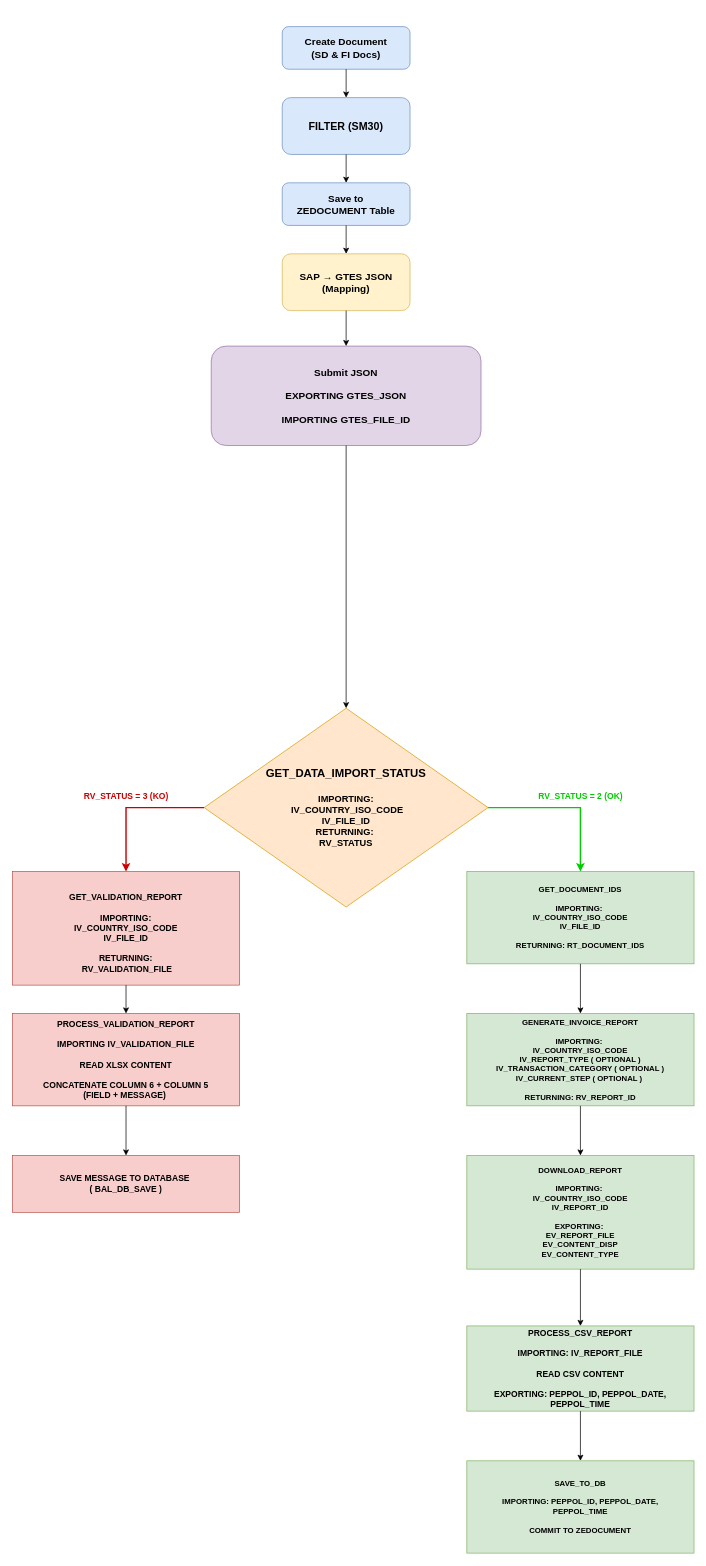
The draw.io diagram GTES Flow.drawio in kristi1705/SAP-ABAP, before the edit. Source tidied: cells renumbered, new cells numbered last; positions are measured from the earlier drawing's top-left corner, leaving out a move shared by most shapes. Both pictures are drawn from the tidied source at 71%, with x=0, y=0 at pixel (12, 26).
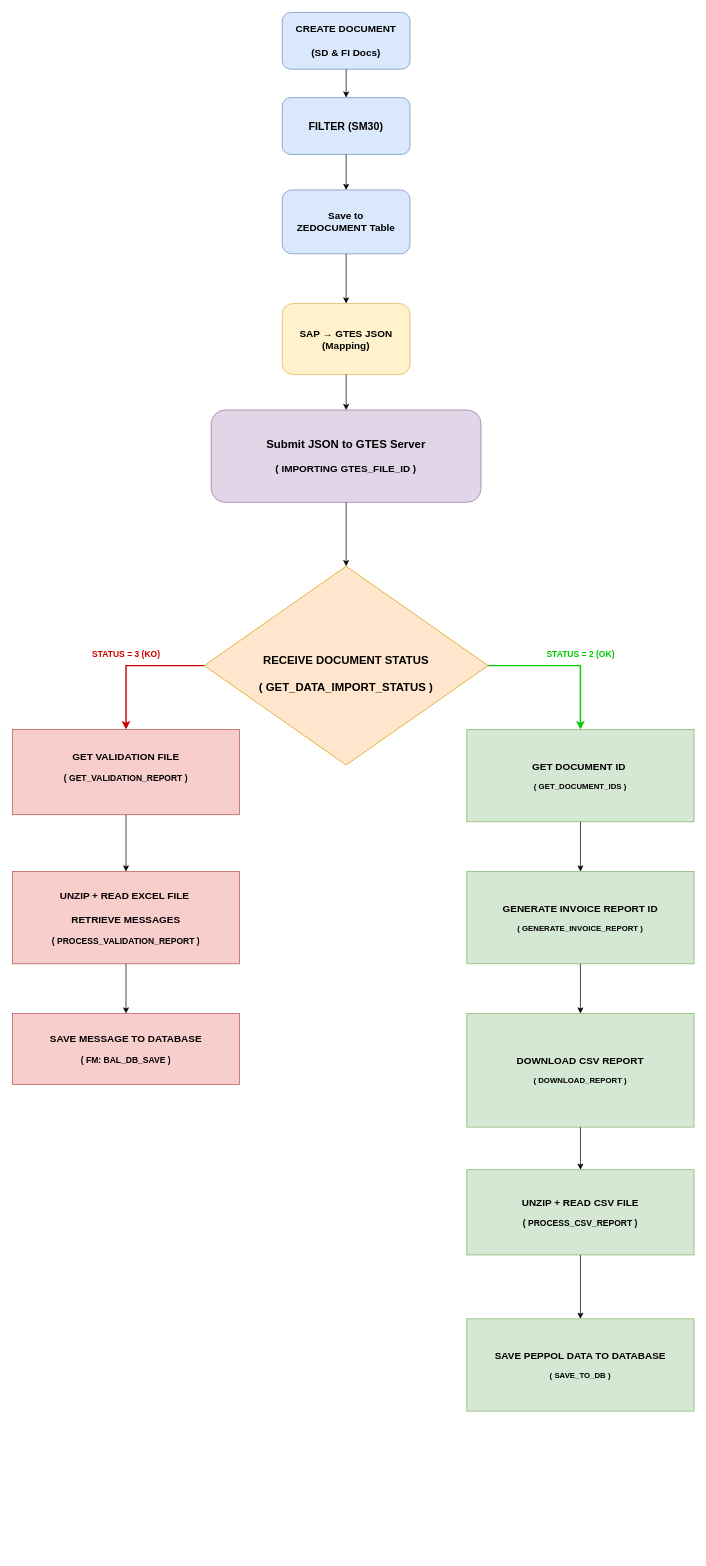
After the change.

Change to the diagram source:
```diff
@@
-    <mxCell id="2" value="Create Document&#10;(SD &amp; FI Docs)" style="rounded=1;whiteSpace=wrap;html=1;fillColor=#dae8fc;strokeColor=#6c8ebf;fontSize=14;fontStyle=1;" parent="1" vertex="1">
-      <mxGeometry x="380" width="180" height="60" as="geometry" />
+    <mxCell id="2" value="CREATE DOCUMENT&lt;div&gt;&lt;br&gt;(SD &amp;amp; FI Docs)&lt;/div&gt;" style="rounded=1;whiteSpace=wrap;html=1;fillColor=#dae8fc;strokeColor=#6c8ebf;fontSize=14;fontStyle=1;" parent="1" vertex="1">
+      <mxGeometry x="380" y="-20" width="180" height="80" as="geometry" />
     </mxCell>
@@
     <mxCell id="4" value="Save to&#10;ZEDOCUMENT Table" style="rounded=1;whiteSpace=wrap;html=1;fillColor=#dae8fc;strokeColor=#6c8ebf;fontSize=14;fontStyle=1;" parent="1" vertex="1">
-      <mxGeometry x="380" y="220" width="180" height="60" as="geometry" />
+      <mxGeometry x="380" y="230" width="180" height="90" as="geometry" />
     </mxCell>
     <mxCell id="5" value="SAP → GTES JSON&#10;(Mapping)" style="rounded=1;whiteSpace=wrap;html=1;fillColor=#fff2cc;strokeColor=#d6b656;fontSize=14;fontStyle=1;" parent="1" vertex="1">
-      <mxGeometry x="380" y="320" width="180" height="80" as="geometry" />
+      <mxGeometry x="380" y="390" width="180" height="100" as="geometry" />
     </mxCell>
-    <mxCell id="6" value="Submit JSON&lt;br&gt;&lt;div&gt;&lt;br&gt;&lt;/div&gt;&lt;div&gt;EXPORTING GTES_JSON&lt;/div&gt;&lt;div&gt;&lt;br&gt;&lt;/div&gt;&lt;div&gt;IMPORTING GTES_FILE_ID&lt;/div&gt;" style="rounded=1;whiteSpace=wrap;html=1;fillColor=#e1d5e7;strokeColor=#9673a6;fontSize=14;fontStyle=1;" parent="1" vertex="1">
-      <mxGeometry x="280" y="450" width="380" height="140" as="geometry" />
+    <mxCell id="6" value="&lt;font style=&quot;font-size: 16px;&quot;&gt;Submit JSON to GTES Server&lt;/font&gt;&lt;div&gt;&lt;br&gt;&lt;/div&gt;&lt;div&gt;( IMPORTING GTES_FILE_ID )&lt;/div&gt;" style="rounded=1;whiteSpace=wrap;html=1;fillColor=#e1d5e7;strokeColor=#9673a6;fontSize=14;fontStyle=1;" parent="1" vertex="1">
+      <mxGeometry x="280" y="540" width="380" height="130" as="geometry" />
     </mxCell>
-    <mxCell id="7" value="&lt;font style=&quot;font-size: 16px;&quot;&gt;GET_DATA_IMPORT_STATUS&lt;/font&gt;&lt;div&gt;&lt;span style=&quot;font-size: 16px;&quot;&gt;&lt;br&gt;&lt;/span&gt;IMPORTING:&lt;div&gt;&amp;nbsp;IV_COUNTRY_ISO_CODE&lt;/div&gt;&lt;div&gt;IV_FILE_ID&lt;/div&gt;&lt;div&gt;RETURNING:&amp;nbsp;&lt;/div&gt;&lt;div&gt;RV_STATUS&lt;/div&gt;&lt;/div&gt;" style="rhombus;whiteSpace=wrap;html=1;fillColor=#ffe6cc;strokeColor=#d79b00;fontSize=13;fontStyle=1;" parent="1" vertex="1">
-      <mxGeometry x="270" y="960" width="400" height="280" as="geometry" />
+    <mxCell id="7" value="&lt;div&gt;&lt;font style=&quot;font-size: 16px;&quot;&gt;&lt;br&gt;&lt;/font&gt;&lt;/div&gt;&lt;font style=&quot;font-size: 16px;&quot;&gt;&lt;div&gt;&lt;font style=&quot;font-size: 16px;&quot;&gt;&lt;br&gt;&lt;/font&gt;&lt;/div&gt;&lt;div&gt;&lt;font style=&quot;font-size: 16px;&quot;&gt;RECEIVE DOCUMENT STATUS&lt;/font&gt;&lt;/div&gt;&lt;div&gt;&lt;font style=&quot;font-size: 16px;&quot;&gt;&lt;br&gt;&lt;/font&gt;&lt;/div&gt;( GET_DATA_IMPORT_STATUS )&lt;/font&gt;&lt;div&gt;&lt;div&gt;&lt;br&gt;&lt;/div&gt;&lt;/div&gt;" style="rhombus;whiteSpace=wrap;html=1;fillColor=#ffe6cc;strokeColor=#d79b00;fontSize=13;fontStyle=1;" parent="1" vertex="1">
+      <mxGeometry x="270" y="760" width="400" height="280" as="geometry" />
     </mxCell>
-    <mxCell id="8" value="RV_STATUS = 3 (KO)" style="text;html=1;align=center;verticalAlign=middle;strokeColor=none;fillColor=none;fontSize=12;fontStyle=1;fontColor=#CC0000;" parent="1" vertex="1">
-      <mxGeometry x="90" y="1070" width="140" height="30" as="geometry" />
+    <mxCell id="8" value="STATUS = 3 (KO)" style="text;html=1;align=center;verticalAlign=middle;strokeColor=none;fillColor=none;fontSize=12;fontStyle=1;fontColor=#CC0000;" parent="1" vertex="1">
+      <mxGeometry x="100" y="870" width="120" height="30" as="geometry" />
     </mxCell>
-    <mxCell id="9" value="&lt;br&gt;&lt;div&gt;&lt;b&gt;GET_VALIDATION_REPORT&lt;/b&gt;&lt;/div&gt;&lt;div&gt;&lt;b&gt;&lt;br&gt;&lt;/b&gt;&lt;/div&gt;&lt;div&gt;&lt;b&gt;IMPORTING:&lt;/b&gt;&lt;/div&gt;&lt;div&gt;&lt;b&gt;IV_COUNTRY_ISO_CODE&lt;/b&gt;&lt;/div&gt;&lt;div&gt;&lt;b&gt;IV_FILE_ID&lt;/b&gt;&lt;/div&gt;&lt;div&gt;&lt;b&gt;&lt;br&gt;&lt;/b&gt;&lt;/div&gt;&lt;div&gt;&lt;b&gt;RETURNING:&lt;/b&gt;&lt;/div&gt;&lt;div&gt;&lt;b&gt;&amp;nbsp;&lt;/b&gt;&lt;span style=&quot;background-color: transparent;&quot;&gt;&lt;b&gt;RV_VALIDATION_FILE&lt;/b&gt;&lt;/span&gt;&lt;/div&gt;" style="rounded=0;whiteSpace=wrap;html=1;fillColor=#f8cecc;strokeColor=#b85450;fontSize=12;" parent="1" vertex="1">
-      <mxGeometry y="1190" width="320" height="160" as="geometry" />
+    <mxCell id="9" value="&lt;div&gt;&lt;font style=&quot;font-size: 14px;&quot;&gt;&lt;b style=&quot;&quot;&gt;GET VALIDATION FILE&lt;/b&gt;&lt;/font&gt;&lt;/div&gt;&lt;br&gt;&lt;div&gt;&lt;b&gt;( GET_VALIDATION_REPORT )&lt;/b&gt;&lt;/div&gt;&lt;div&gt;&lt;br&gt;&lt;/div&gt;" style="rounded=0;whiteSpace=wrap;html=1;fillColor=#f8cecc;strokeColor=#b85450;fontSize=12;" parent="1" vertex="1">
+      <mxGeometry y="990" width="320" height="120" as="geometry" />
     </mxCell>
-    <mxCell id="10" value="&lt;b&gt;PROCESS_VALIDATION_REPORT&lt;/b&gt;&lt;div&gt;&lt;b&gt;&lt;br&gt;&lt;/b&gt;&lt;/div&gt;&lt;div&gt;&lt;b&gt;IMPORTING IV_VALIDATION_FILE&lt;/b&gt;&lt;/div&gt;&lt;div&gt;&lt;b&gt;&lt;br&gt;&lt;/b&gt;&lt;/div&gt;&lt;div&gt;&lt;b&gt;READ XLSX CONTENT&lt;br&gt;&lt;/b&gt;&lt;/div&gt;&lt;div&gt;&lt;b&gt;&lt;br&gt;&lt;/b&gt;&lt;/div&gt;&lt;div&gt;&lt;b&gt;CONCATENATE COLUMN 6 + COLUMN 5&lt;/b&gt;&lt;/div&gt;&lt;div&gt;&lt;b&gt;(&lt;/b&gt;&lt;b style=&quot;background-color: transparent; color: light-dark(rgb(0, 0, 0), rgb(255, 255, 255));&quot;&gt;FIELD + MESSAGE)&amp;nbsp;&lt;/b&gt;&lt;/div&gt;&lt;div&gt;&lt;b&gt;&lt;/b&gt;&lt;/div&gt;" style="rounded=0;whiteSpace=wrap;html=1;fillColor=#f8cecc;strokeColor=#b85450;fontSize=12;" parent="1" vertex="1">
-      <mxGeometry y="1390" width="320" height="130" as="geometry" />
+    <mxCell id="10" value="&lt;div&gt;&lt;b&gt;&lt;font style=&quot;font-size: 14px;&quot;&gt;UNZIP + READ EXCEL FILE&amp;nbsp;&lt;/font&gt;&lt;/b&gt;&lt;/div&gt;&lt;div&gt;&lt;b&gt;&lt;font style=&quot;font-size: 14px;&quot;&gt;&lt;br&gt;&lt;/font&gt;&lt;/b&gt;&lt;/div&gt;&lt;div&gt;&lt;b&gt;&lt;font style=&quot;font-size: 14px;&quot;&gt;RETRIEVE MESSAGES&lt;/font&gt;&lt;/b&gt;&lt;/div&gt;&lt;div&gt;&lt;b&gt;&lt;br&gt;&lt;/b&gt;&lt;/div&gt;&lt;b&gt;( PROCESS_VALIDATION_REPORT )&lt;/b&gt;&lt;div&gt;&lt;b&gt;&lt;/b&gt;&lt;/div&gt;" style="rounded=0;whiteSpace=wrap;html=1;fillColor=#f8cecc;strokeColor=#b85450;fontSize=12;" parent="1" vertex="1">
+      <mxGeometry y="1190" width="320" height="130" as="geometry" />
     </mxCell>
-    <mxCell id="11" value="&lt;b&gt;SAVE MESSAGE TO DATABASE&amp;nbsp;&lt;/b&gt;&lt;div&gt;&lt;b&gt;( BAL_DB_SAVE )&lt;/b&gt;&lt;/div&gt;" style="rounded=0;whiteSpace=wrap;html=1;fillColor=#f8cecc;strokeColor=#b85450;fontSize=12;" parent="1" vertex="1">
-      <mxGeometry y="1590" width="320" height="80" as="geometry" />
+    <mxCell id="11" value="&lt;b&gt;&lt;font style=&quot;font-size: 14px;&quot;&gt;SAVE MESSAGE TO DATABASE&lt;/font&gt;&lt;/b&gt;&lt;div&gt;&lt;b&gt;&amp;nbsp;&lt;/b&gt;&lt;div&gt;&lt;b&gt;( FM: BAL_DB_SAVE )&lt;/b&gt;&lt;/div&gt;&lt;/div&gt;" style="rounded=0;whiteSpace=wrap;html=1;fillColor=#f8cecc;strokeColor=#b85450;fontSize=12;" parent="1" vertex="1">
+      <mxGeometry y="1390" width="320" height="100" as="geometry" />
     </mxCell>
-    <mxCell id="12" value="RV_STATUS = 2 (OK)" style="text;html=1;align=center;verticalAlign=middle;strokeColor=none;fillColor=none;fontSize=12;fontStyle=1;fontColor=#00CC00;" parent="1" vertex="1">
-      <mxGeometry x="730" y="1070" width="140" height="30" as="geometry" />
+    <mxCell id="12" value="STATUS = 2 (OK)" style="text;html=1;align=center;verticalAlign=middle;strokeColor=none;fillColor=none;fontSize=12;fontStyle=1;fontColor=#00CC00;" parent="1" vertex="1">
+      <mxGeometry x="740" y="870" width="120" height="30" as="geometry" />
     </mxCell>
-    <mxCell id="13" value="&lt;b&gt;GET_DOCUMENT_IDS&lt;/b&gt;&lt;br&gt;&lt;br&gt;&lt;div&gt;&lt;b&gt;IMPORTING:&amp;nbsp;&lt;/b&gt;&lt;/div&gt;&lt;div&gt;&lt;b&gt;IV_COUNTRY_ISO_CODE&lt;/b&gt;&lt;br&gt;&lt;b&gt;IV_FILE_ID&lt;/b&gt;&lt;br&gt;&lt;div&gt;&lt;b&gt;&lt;br&gt;&lt;/b&gt;&lt;/div&gt;&lt;div&gt;&lt;b&gt;RETURNING:&amp;nbsp;&lt;/b&gt;&lt;span style=&quot;background-color: transparent;&quot;&gt;&lt;b&gt;RT_DOCUMENT_IDS&lt;/b&gt;&lt;/span&gt;&lt;/div&gt;&lt;/div&gt;" style="rounded=0;whiteSpace=wrap;html=1;fillColor=#d5e8d4;strokeColor=#82b366;fontSize=11;" parent="1" vertex="1">
-      <mxGeometry x="640" y="1190" width="320" height="130" as="geometry" />
+    <mxCell id="13" value="&lt;div&gt;&lt;b&gt;&lt;font style=&quot;font-size: 14px;&quot;&gt;GET DOCUMENT ID&amp;nbsp;&lt;/font&gt;&lt;/b&gt;&lt;/div&gt;&lt;b&gt;&lt;div&gt;&lt;b&gt;&lt;br&gt;&lt;/b&gt;&lt;/div&gt;( GET_DOCUMENT_IDS )&lt;/b&gt;" style="rounded=0;whiteSpace=wrap;html=1;fillColor=#d5e8d4;strokeColor=#82b366;fontSize=11;" parent="1" vertex="1">
+      <mxGeometry x="640" y="990" width="320" height="130" as="geometry" />
     </mxCell>
-    <mxCell id="14" value="&lt;b&gt;GENERATE_INVOICE_REPORT&lt;/b&gt;&lt;br&gt;&lt;div&gt;&lt;b&gt;&lt;br&gt;IMPORTING:&amp;nbsp;&lt;/b&gt;&lt;/div&gt;&lt;div&gt;&lt;b&gt;IV_COUNTRY_ISO_CODE&lt;/b&gt;&lt;/div&gt;&lt;div&gt;&lt;b&gt;IV_REPORT_TYPE ( OPTIONAL )&lt;/b&gt;&lt;/div&gt;&lt;div&gt;&lt;b&gt;IV_TRANSACTION_CATEGORY ( OPTIONAL )&lt;/b&gt;&lt;/div&gt;&lt;div&gt;&lt;b&gt;IV_CURRENT_STEP ( OPTIONAL )&amp;nbsp;&lt;/b&gt;&lt;br&gt;&lt;br&gt;&lt;/div&gt;&lt;div&gt;&lt;b&gt;RETURNING:&amp;nbsp;&lt;/b&gt;&lt;span style=&quot;background-color: transparent;&quot;&gt;&lt;b&gt;RV_REPORT_ID&lt;/b&gt;&lt;/span&gt;&lt;/div&gt;" style="rounded=0;whiteSpace=wrap;html=1;fillColor=#d5e8d4;strokeColor=#82b366;fontSize=11;" parent="1" vertex="1">
-      <mxGeometry x="640" y="1390" width="320" height="130" as="geometry" />
+    <mxCell id="14" value="&lt;div&gt;&lt;b&gt;&lt;font style=&quot;font-size: 14px;&quot;&gt;GENERATE INVOICE REPORT ID&lt;/font&gt;&lt;/b&gt;&lt;/div&gt;&lt;b&gt;&lt;div&gt;&lt;b&gt;&lt;br&gt;&lt;/b&gt;&lt;/div&gt;( GENERATE_INVOICE_REPORT )&lt;/b&gt;" style="rounded=0;whiteSpace=wrap;html=1;fillColor=#d5e8d4;strokeColor=#82b366;fontSize=11;" parent="1" vertex="1">
+      <mxGeometry x="640" y="1190" width="320" height="130" as="geometry" />
     </mxCell>
-    <mxCell id="15" value="&lt;b&gt;DOWNLOAD_REPORT&lt;/b&gt;&lt;br&gt;&lt;div&gt;&lt;br&gt;&lt;b&gt;IMPORTING:&amp;nbsp;&lt;/b&gt;&lt;/div&gt;&lt;div&gt;&lt;b&gt;IV_COUNTRY_ISO_CODE&lt;/b&gt;&lt;/div&gt;&lt;div&gt;&lt;b&gt;IV_REPORT_ID&lt;/b&gt;&lt;br&gt;&lt;br&gt;&lt;/div&gt;&lt;div&gt;&lt;b&gt;EXPORTING:&amp;nbsp;&lt;/b&gt;&lt;/div&gt;&lt;div&gt;&lt;div style=&quot;&quot;&gt;&lt;b&gt;EV_REPORT_FILE&lt;/b&gt;&lt;/div&gt;&lt;div style=&quot;&quot;&gt;&lt;b&gt;EV_CONTENT_DISP&lt;/b&gt;&lt;/div&gt;&lt;div style=&quot;&quot;&gt;&lt;b&gt;EV_CONTENT_TYPE&lt;/b&gt;&lt;/div&gt;&lt;/div&gt;" style="rounded=0;whiteSpace=wrap;html=1;fillColor=#d5e8d4;strokeColor=#82b366;fontSize=11;" parent="1" vertex="1">
-      <mxGeometry x="640" y="1590" width="320" height="160" as="geometry" />
+    <mxCell id="15" value="&lt;div&gt;&lt;b&gt;&lt;font style=&quot;font-size: 14px;&quot;&gt;DOWNLOAD CSV REPORT&lt;/font&gt;&lt;/b&gt;&lt;/div&gt;&lt;b&gt;&lt;div&gt;&lt;b&gt;&lt;br&gt;&lt;/b&gt;&lt;/div&gt;( DOWNLOAD_REPORT )&lt;/b&gt;" style="rounded=0;whiteSpace=wrap;html=1;fillColor=#d5e8d4;strokeColor=#82b366;fontSize=11;" parent="1" vertex="1">
+      <mxGeometry x="640" y="1390" width="320" height="160" as="geometry" />
     </mxCell>
-    <mxCell id="16" value="&lt;b&gt;PROCESS_CSV_REPORT&lt;/b&gt;&lt;div&gt;&lt;b&gt;&lt;br&gt;&lt;/b&gt;&lt;/div&gt;&lt;div&gt;&lt;b&gt;IMPORTING: IV_REPORT_FILE&lt;/b&gt;&lt;/div&gt;&lt;div&gt;&lt;b&gt;&lt;br&gt;&lt;/b&gt;&lt;/div&gt;&lt;div&gt;&lt;b&gt;READ CSV CONTENT&lt;/b&gt;&lt;/div&gt;&lt;div&gt;&lt;b&gt;&lt;br&gt;&lt;/b&gt;&lt;/div&gt;&lt;div&gt;&lt;b&gt;EXPORTING: PEPPOL_ID, PEPPOL_DATE, PEPPOL_TIME&lt;/b&gt;&lt;/div&gt;" style="rounded=0;whiteSpace=wrap;html=1;fillColor=#d5e8d4;strokeColor=#82b366;fontSize=12;" parent="1" vertex="1">
-      <mxGeometry x="640" y="1830" width="320" height="120" as="geometry" />
+    <mxCell id="16" value="&lt;div&gt;&lt;b&gt;&lt;font style=&quot;font-size: 14px;&quot;&gt;UNZIP + READ CSV FILE&lt;/font&gt;&lt;/b&gt;&lt;/div&gt;&lt;b&gt;&lt;div&gt;&lt;b&gt;&lt;br&gt;&lt;/b&gt;&lt;/div&gt;( PROCESS_CSV_REPORT )&lt;/b&gt;" style="rounded=0;whiteSpace=wrap;html=1;fillColor=#d5e8d4;strokeColor=#82b366;fontSize=12;" parent="1" vertex="1">
+      <mxGeometry x="640" y="1610" width="320" height="120" as="geometry" />
     </mxCell>
-    <mxCell id="17" value="&lt;b&gt;SAVE_TO_DB&lt;/b&gt;&lt;div&gt;&lt;br&gt;&lt;/div&gt;&lt;div&gt;&lt;b&gt;IMPORTING: PEPPOL_ID, PEPPOL_DATE,&lt;/b&gt;&lt;/div&gt;&lt;div&gt;&lt;b&gt;PEPPOL_TIME&lt;/b&gt;&lt;/div&gt;&lt;div&gt;&lt;b&gt;&lt;br&gt;&lt;/b&gt;&lt;/div&gt;&lt;div&gt;&lt;b&gt;COMMIT TO ZEDOCUMENT&lt;/b&gt;&lt;/div&gt;" style="rounded=0;whiteSpace=wrap;html=1;fillColor=#d5e8d4;strokeColor=#82b366;fontSize=11;" parent="1" vertex="1">
-      <mxGeometry x="640" y="2020" width="320" height="130" as="geometry" />
+    <mxCell id="17" value="&lt;div&gt;&lt;b&gt;&lt;font style=&quot;font-size: 14px;&quot;&gt;SAVE PEPPOL DATA TO DATABASE&lt;/font&gt;&lt;/b&gt;&lt;/div&gt;&lt;b&gt;&lt;div&gt;&lt;b&gt;&lt;br&gt;&lt;/b&gt;&lt;/div&gt;( SAVE_TO_DB )&lt;/b&gt;" style="rounded=0;whiteSpace=wrap;html=1;fillColor=#d5e8d4;strokeColor=#82b366;fontSize=11;" parent="1" vertex="1">
+      <mxGeometry x="640" y="1820" width="320" height="130" as="geometry" />
     </mxCell>
@@
     <mxCell id="23" style="edgeStyle=orthogonalEdgeStyle;rounded=0;jettySize=auto;html=1;entryX=0.5;entryY=0;entryDx=0;entryDy=0;strokeColor=#CC0000;strokeWidth=2;" parent="1" edge="1" source="7" target="9">
       <mxGeometry relative="1" as="geometry">
         <Array as="points">
-          <mxPoint x="160" y="1100" />
+          <mxPoint x="160" y="900" />
         </Array>
       </mxGeometry>
     </mxCell>
@@
     <mxCell id="26" style="edgeStyle=orthogonalEdgeStyle;rounded=0;jettySize=auto;html=1;entryX=0.5;entryY=0;entryDx=0;entryDy=0;strokeColor=#00CC00;strokeWidth=2;exitX=1;exitY=0.5;exitDx=0;exitDy=0;" parent="1" edge="1" source="7" target="13">
       <mxGeometry relative="1" as="geometry">
         <Array as="points">
-          <mxPoint x="800" y="1100" />
+          <mxPoint x="800" y="900" />
         </Array>
       </mxGeometry>
     </mxCell>
```
